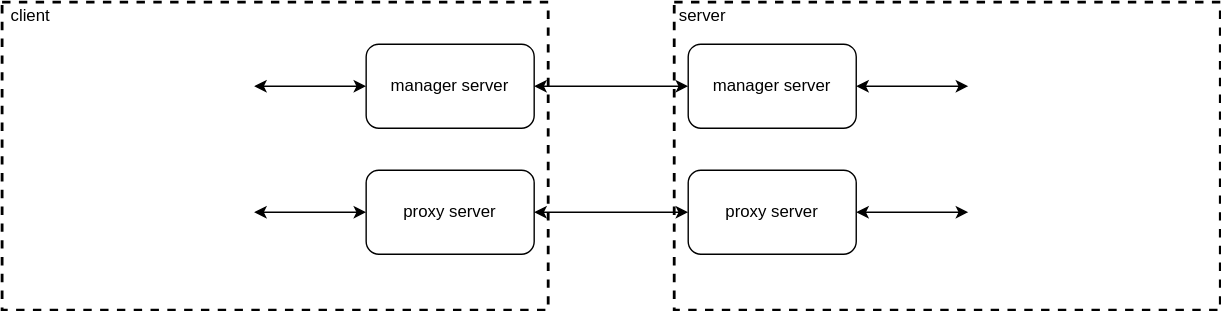
Before: tc_网络模块.svg, a diagram exported from draw.io (c17abab/diag_pics). Source tidied: cells renumbered, new cells last; positions are measured from the earlier drawing's top-left corner, leaving out a move shared by most shapes.
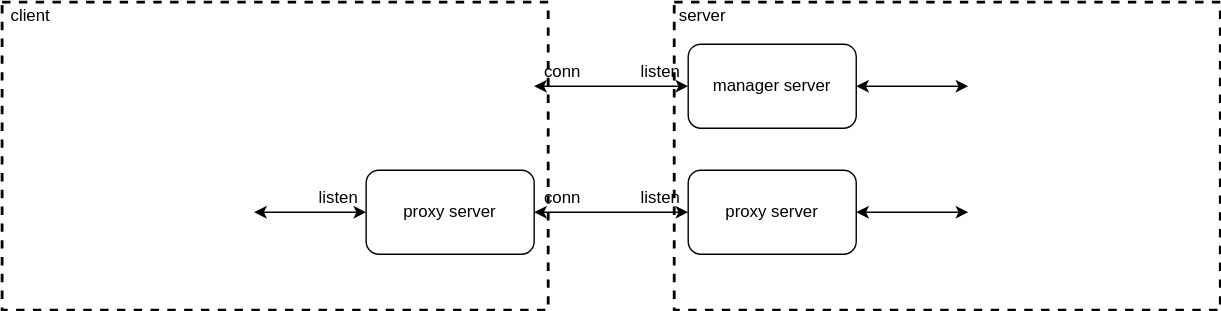
Later version of the same file.

Commit message:
更新tc_网络模块.svg

The edit, as a diff of the source:
```diff
@@ -14,17 +14,11 @@
     <mxCell id="5" value="server" style="text;html=1;align=center;verticalAlign=middle;fillColor=none;strokeColor=none;rounded=0;" parent="1" vertex="1">
       <mxGeometry x="475" width="50" height="20" as="geometry" />
     </mxCell>
-    <mxCell id="6" style="edgeStyle=orthogonalEdgeStyle;rounded=0;jettySize=auto;html=1;startArrow=classic;startFill=1;" parent="1" edge="1" source="8" target="13">
-      <mxGeometry relative="1" as="geometry" />
+    <mxCell id="6" style="edgeStyle=orthogonalEdgeStyle;rounded=0;jettySize=auto;html=1;startArrow=classic;startFill=1;" parent="1" edge="1" target="13">
+      <mxGeometry relative="1" as="geometry">
+        <mxPoint x="380" y="60" as="sourcePoint" />
+      </mxGeometry>
     </mxCell>
-    <mxCell id="7" style="edgeStyle=none;rounded=0;jettySize=auto;html=1;startArrow=classic;startFill=1;" parent="1" edge="1" source="8">
-      <mxGeometry relative="1" as="geometry">
-        <mxPoint x="180" y="60" as="targetPoint" />
-      </mxGeometry>
-    </mxCell>
-    <mxCell id="8" value="manager server" style="rounded=1;whiteSpace=wrap;html=1;" parent="1" vertex="1">
-      <mxGeometry x="260" y="30" width="120" height="60" as="geometry" />
-    </mxCell>
     <mxCell id="9" style="edgeStyle=orthogonalEdgeStyle;rounded=0;jettySize=auto;html=1;startArrow=classic;startFill=1;" parent="1" edge="1" source="11" target="15">
       <mxGeometry relative="1" as="geometry" />
     </mxCell>
@@ -52,5 +46,20 @@
     <mxCell id="15" value="proxy server" style="rounded=1;whiteSpace=wrap;html=1;" parent="1" vertex="1">
       <mxGeometry x="490" y="120" width="120" height="60" as="geometry" />
     </mxCell>
+    <mxCell id="16" value="listen" style="text;html=1;align=center;verticalAlign=middle;fillColor=none;strokeColor=none;rounded=0;" parent="1" vertex="1">
+      <mxGeometry x="220" y="130" width="40" height="20" as="geometry" />
+    </mxCell>
+    <mxCell id="17" value="listen" style="text;html=1;align=center;verticalAlign=middle;fillColor=none;strokeColor=none;rounded=0;" parent="1" vertex="1">
+      <mxGeometry x="450" y="130" width="40" height="20" as="geometry" />
+    </mxCell>
+    <mxCell id="18" value="listen" style="text;html=1;align=center;verticalAlign=middle;fillColor=none;strokeColor=none;rounded=0;" parent="1" vertex="1">
+      <mxGeometry x="450" y="40" width="40" height="20" as="geometry" />
+    </mxCell>
+    <mxCell id="19" value="conn" style="text;html=1;align=center;verticalAlign=middle;fillColor=none;strokeColor=none;rounded=0;" parent="1" vertex="1">
+      <mxGeometry x="380" y="130" width="40" height="20" as="geometry" />
+    </mxCell>
+    <mxCell id="20" value="conn" style="text;html=1;align=center;verticalAlign=middle;fillColor=none;strokeColor=none;rounded=0;" parent="1" vertex="1">
+      <mxGeometry x="380" y="40" width="40" height="20" as="geometry" />
+    </mxCell>
   </root>
 </mxGraphModel>
```
